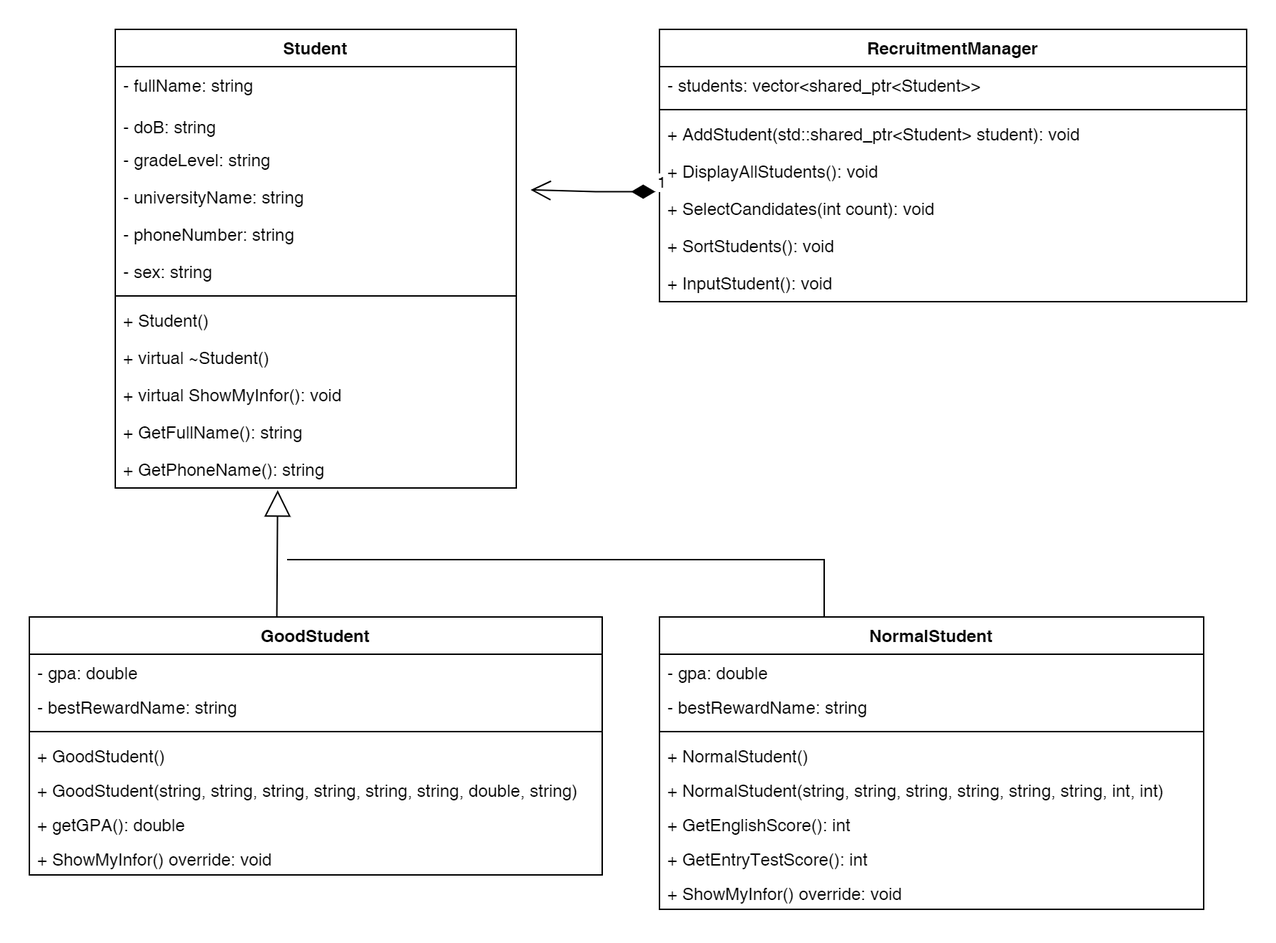
Above: 14_RecruitmentManager/docs/classDiagram.png in thanhetebkdn/object_orient_programming (draw.io), before the change. Source tidied: cells renumbered, new cells last; positions are measured from the earlier drawing's top-left corner, leaving out a move shared by most shapes.
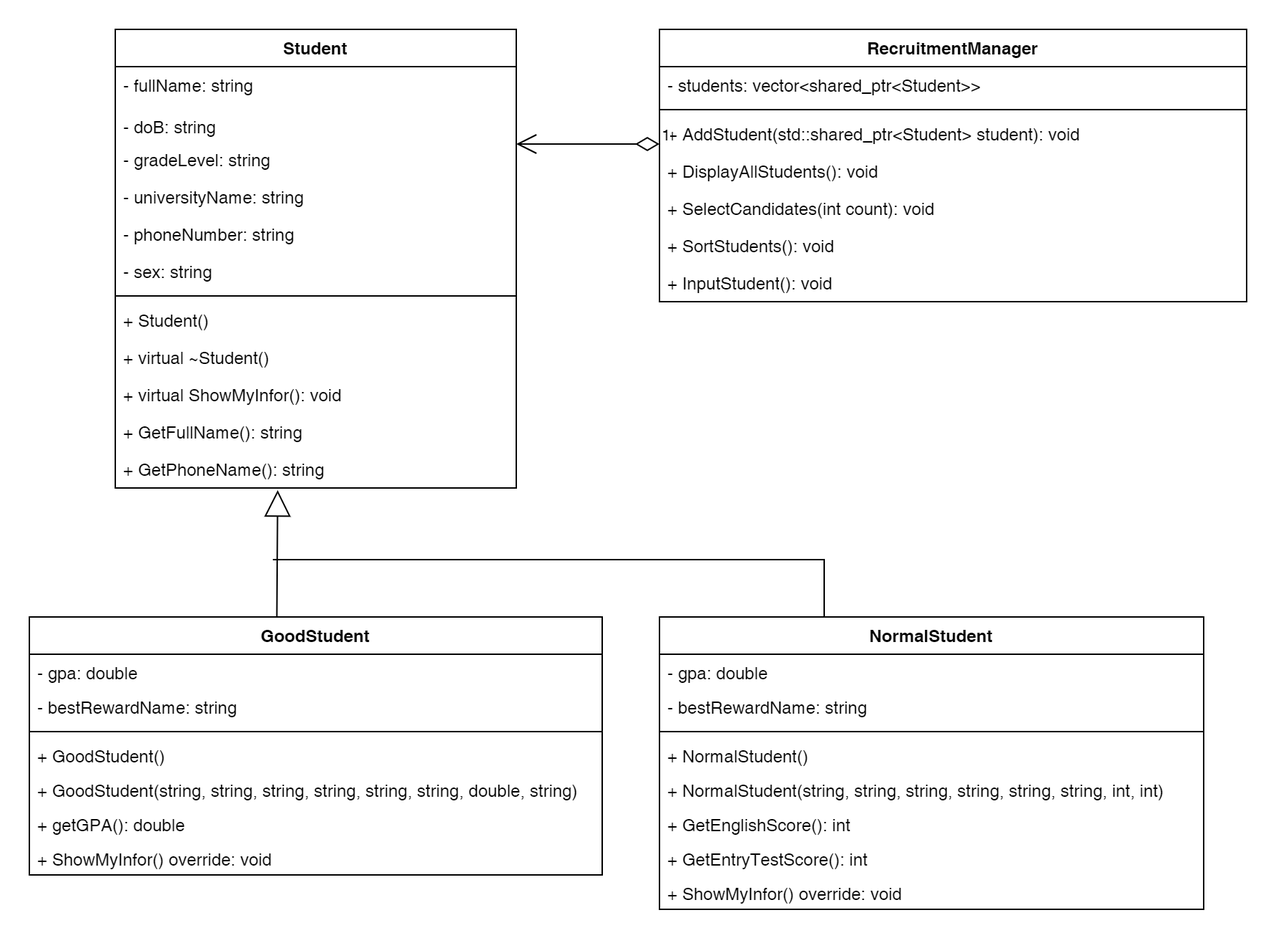
The same file after the commit.

What changed in the source:
```diff
@@ -121,16 +121,17 @@
     </mxCell>
     <mxCell id="41" style="endArrow=none;html=1;rounded=0;entryX=0.5;entryY=0;entryDx=0;entryDy=0;fontFamily=Helvetica;" parent="1" edge="1">
       <mxGeometry relative="1" as="geometry">
-        <mxPoint x="180" y="370" as="sourcePoint" />
+        <mxPoint x="170" y="370" as="sourcePoint" />
         <mxPoint x="555" y="410" as="targetPoint" />
         <Array as="points">
           <mxPoint x="555" y="370" />
         </Array>
       </mxGeometry>
     </mxCell>
-    <mxCell id="42" value="1" style="endArrow=open;html=1;endSize=12;startArrow=diamondThin;startSize=14;startFill=1;edgeStyle=orthogonalEdgeStyle;align=left;verticalAlign=bottom;rounded=0;exitX=-0.007;exitY=1.048;exitDx=0;exitDy=0;exitPerimeter=0;" parent="1" edge="1" source="27">
+    <mxCell id="42" value="1" style="endArrow=open;html=1;endSize=12;startArrow=diamondThin;startSize=14;startFill=0;edgeStyle=orthogonalEdgeStyle;align=left;verticalAlign=bottom;rounded=0;" parent="1" edge="1">
       <mxGeometry x="-1" y="3" relative="1" as="geometry">
-        <mxPoint x="350" y="112" as="targetPoint" />
+        <mxPoint x="440" y="80" as="sourcePoint" />
+        <mxPoint x="340" y="80" as="targetPoint" />
       </mxGeometry>
     </mxCell>
   </root>
```
